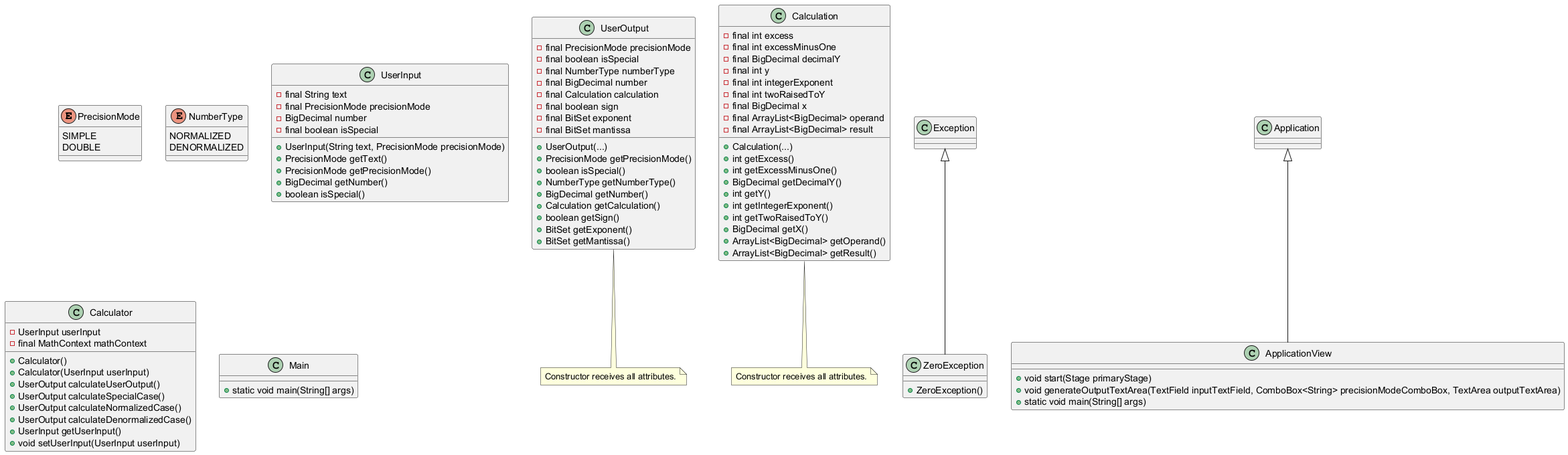
Before: build/resources/main/uml.png, a diagram exported from PlantUML (Jiuso1/easyP754).
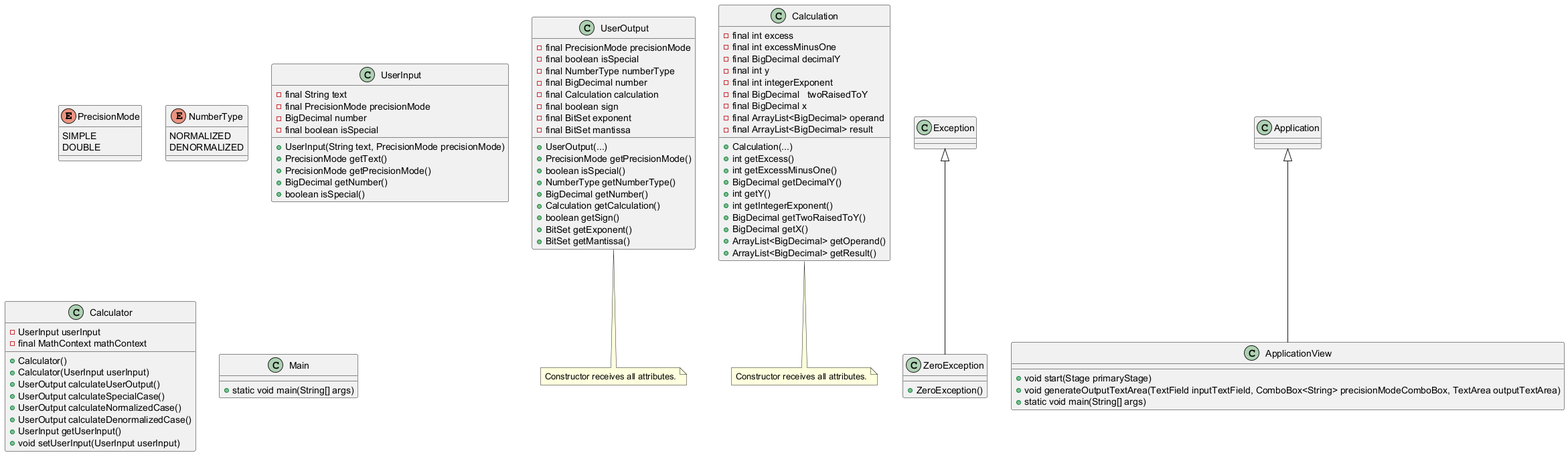
Above is the later version.

Commit message:
twoRaisedToY is now BigDecimal. 0 bug fixed with iBManu.

Diff of the diagram source:
```diff
@@ -49,7 +49,7 @@
     - final BigDecimal decimalY
     - final int y
     - final int integerExponent
-    - final int twoRaisedToY
+    - final BigDecimal   twoRaisedToY
     - final BigDecimal x
     - final ArrayList<BigDecimal> operand
     - final ArrayList<BigDecimal> result
@@ -59,7 +59,7 @@
     + BigDecimal getDecimalY()
     + int getY()
     + int getIntegerExponent()
-    + int getTwoRaisedToY()
+    + BigDecimal getTwoRaisedToY()
     + BigDecimal getX()
     + ArrayList<BigDecimal> getOperand()
     + ArrayList<BigDecimal> getResult()
```
